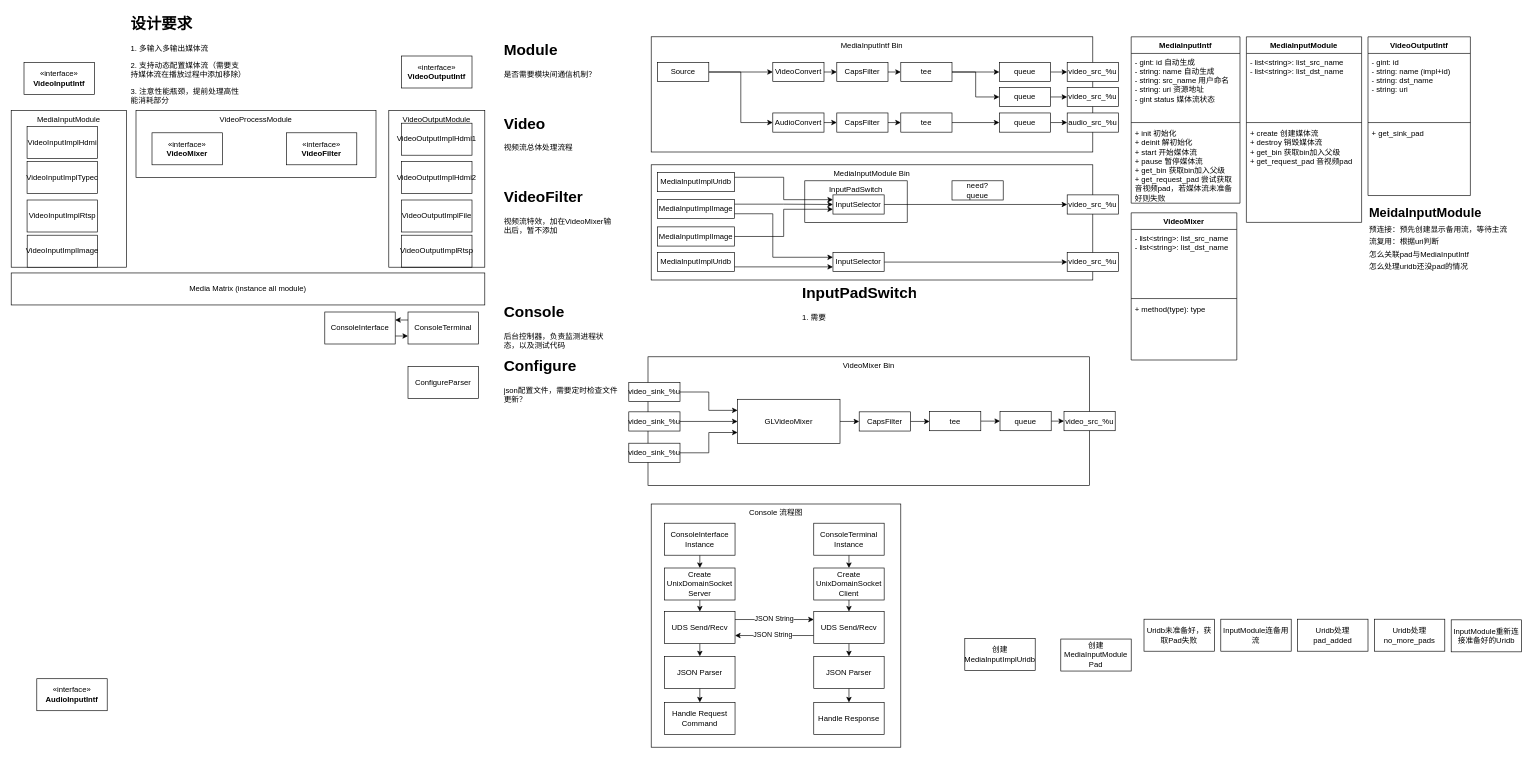
Above: docs/media-matrix-design.drawio in Andra0-0/gstreamer_test (draw.io), before the change. Source tidied: cells renumbered, new cells numbered last; positions are measured from the earlier drawing's top-left corner, leaving out a move shared by most shapes. Both pictures are drawn from the tidied source at 64%, with x=0, y=0 at pixel (11, 11).
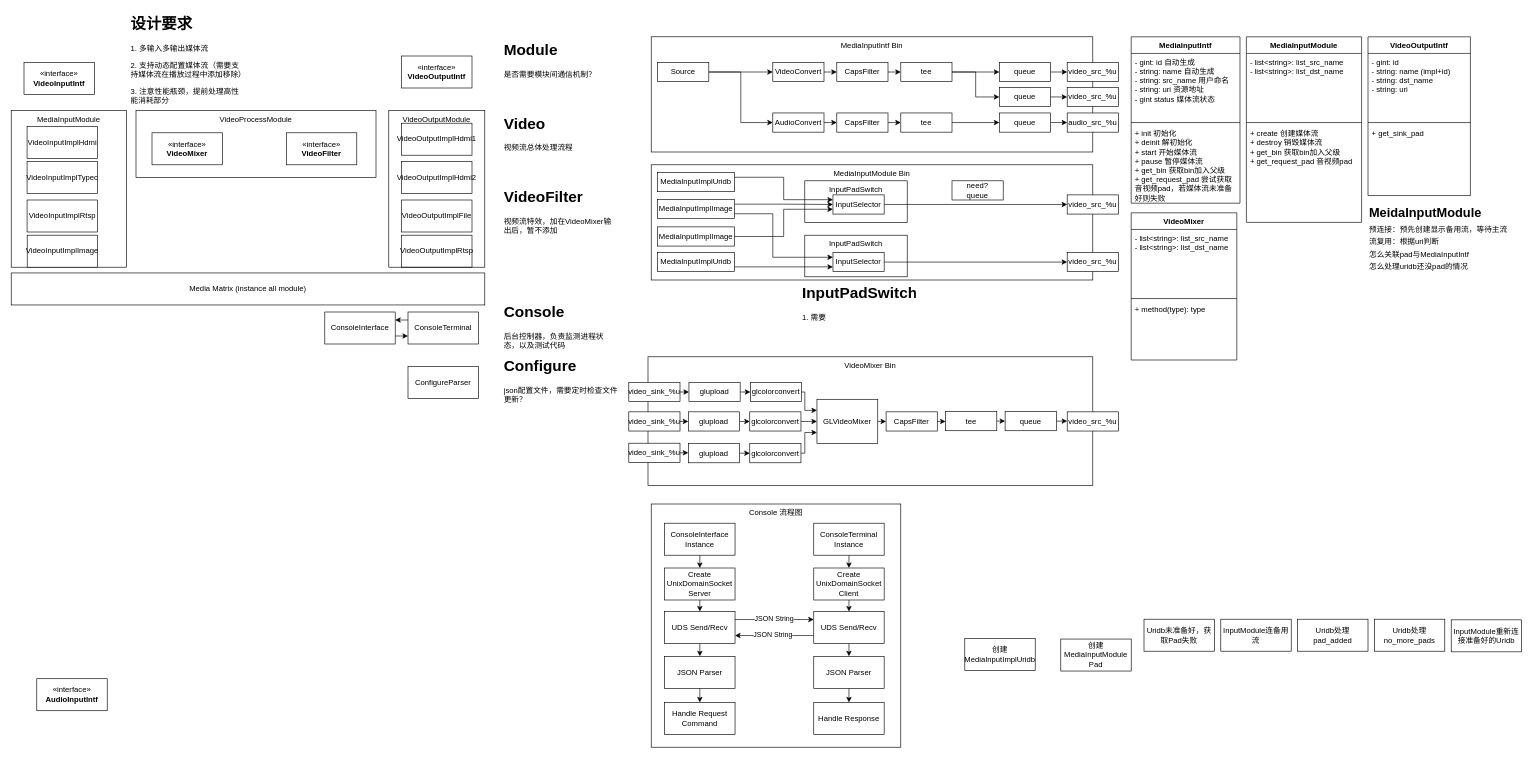
The same diagram, later.

Unchanged cells that the change refers to:
```xml
<mxCell id="114" value="video_sink_%u" style="html=1;whiteSpace=wrap;" parent="1" vertex="1">
  <mxGeometry x="965" y="580" width="80" height="30" as="geometry" />
</mxCell>
<mxCell id="116" value="video_sink_%u" style="html=1;whiteSpace=wrap;" parent="1" vertex="1">
  <mxGeometry x="965" y="626" width="80" height="30" as="geometry" />
</mxCell>
<mxCell id="118" value="video_sink_%u" style="html=1;whiteSpace=wrap;" parent="1" vertex="1">
  <mxGeometry x="965" y="675" width="80" height="30" as="geometry" />
</mxCell>
```

Change to the diagram source:
```diff
@@
     <mxCell id="5" value="VideoMixer Bin" style="html=1;whiteSpace=wrap;fillColor=none;verticalAlign=top;" parent="1" vertex="1">
-      <mxGeometry x="995" y="540" width="690" height="201" as="geometry" />
+      <mxGeometry x="995" y="540" width="695" height="201" as="geometry" />
     </mxCell>
@@
-    <mxCell id="113" style="edgeStyle=orthogonalEdgeStyle;rounded=0;jettySize=auto;html=1;exitX=1;exitY=0.5;exitDx=0;exitDy=0;entryX=0;entryY=0.25;entryDx=0;entryDy=0;" parent="1" edge="1" source="114" target="121">
-      <mxGeometry relative="1" as="geometry" />
-    </mxCell>
+    <mxCell id="138" style="edgeStyle=orthogonalEdgeStyle;rounded=0;jettySize=auto;html=1;exitX=1;exitY=0.5;exitDx=0;exitDy=0;entryX=0;entryY=0.5;entryDx=0;entryDy=0;" parent="1" edge="1" source="114" target="143">
+      <mxGeometry relative="1" as="geometry" />
+    </mxCell>
@@
-    <mxCell id="115" style="edgeStyle=orthogonalEdgeStyle;rounded=0;jettySize=auto;html=1;exitX=1;exitY=0.5;exitDx=0;exitDy=0;entryX=0;entryY=0.5;entryDx=0;entryDy=0;" parent="1" edge="1" source="116" target="121">
-      <mxGeometry relative="1" as="geometry" />
-    </mxCell>
+    <mxCell id="139" style="edgeStyle=orthogonalEdgeStyle;rounded=0;jettySize=auto;html=1;exitX=1;exitY=0.5;exitDx=0;exitDy=0;entryX=0;entryY=0.5;entryDx=0;entryDy=0;" parent="1" edge="1" source="116" target="147">
+      <mxGeometry relative="1" as="geometry" />
+    </mxCell>
@@
-    <mxCell id="117" style="edgeStyle=orthogonalEdgeStyle;rounded=0;jettySize=auto;html=1;exitX=1;exitY=0.5;exitDx=0;exitDy=0;entryX=0;entryY=0.75;entryDx=0;entryDy=0;" parent="1" edge="1" source="118" target="121">
-      <mxGeometry relative="1" as="geometry" />
-    </mxCell>
+    <mxCell id="140" style="edgeStyle=orthogonalEdgeStyle;rounded=0;jettySize=auto;html=1;exitX=1;exitY=0.5;exitDx=0;exitDy=0;entryX=0;entryY=0.5;entryDx=0;entryDy=0;" parent="1" edge="1" source="118" target="151">
+      <mxGeometry relative="1" as="geometry" />
+    </mxCell>
@@
     <mxCell id="119" value="video_src_%u" style="html=1;whiteSpace=wrap;" parent="1" vertex="1">
-      <mxGeometry x="1645" y="625.5" width="80" height="30" as="geometry" />
+      <mxGeometry x="1650" y="626" width="80" height="30" as="geometry" />
     </mxCell>
@@
     <mxCell id="121" value="GLVideoMixer" style="html=1;whiteSpace=wrap;" parent="1" vertex="1">
-      <mxGeometry x="1135" y="606.4" width="160" height="69.2" as="geometry" />
+      <mxGeometry x="1259" y="606.4" width="95" height="69.2" as="geometry" />
     </mxCell>
@@
     <mxCell id="123" value="CapsFilter" style="html=1;whiteSpace=wrap;" parent="1" vertex="1">
-      <mxGeometry x="1325" y="626" width="80" height="30" as="geometry" />
+      <mxGeometry x="1367" y="626" width="80" height="30" as="geometry" />
     </mxCell>
@@
     <mxCell id="125" value="tee" style="html=1;whiteSpace=wrap;" parent="1" vertex="1">
-      <mxGeometry x="1435" y="625.5" width="80" height="30" as="geometry" />
+      <mxGeometry x="1460" y="625.5" width="80" height="30" as="geometry" />
     </mxCell>
@@
     <mxCell id="127" value="queue" style="html=1;whiteSpace=wrap;" parent="1" vertex="1">
-      <mxGeometry x="1545" y="625.5" width="80" height="30" as="geometry" />
+      <mxGeometry x="1553" y="625.5" width="80" height="30" as="geometry" />
     </mxCell>
@@
+    <mxCell id="141" value="InputPadSwitch" style="html=1;whiteSpace=wrap;verticalAlign=top;fillColor=none;" parent="1" vertex="1">
+      <mxGeometry x="1240" y="350" width="160" height="65" as="geometry" />
+    </mxCell>
+    <mxCell id="142" style="edgeStyle=orthogonalEdgeStyle;rounded=0;jettySize=auto;html=1;exitX=1;exitY=0.5;exitDx=0;exitDy=0;entryX=0;entryY=0.5;entryDx=0;entryDy=0;" parent="1" edge="1" source="143" target="145">
+      <mxGeometry relative="1" as="geometry" />
+    </mxCell>
+    <mxCell id="143" value="glupload" style="html=1;whiteSpace=wrap;" parent="1" vertex="1">
+      <mxGeometry x="1059" y="580" width="80" height="30" as="geometry" />
+    </mxCell>
+    <mxCell id="144" style="edgeStyle=orthogonalEdgeStyle;rounded=0;jettySize=auto;html=1;exitX=1;exitY=0.5;exitDx=0;exitDy=0;entryX=0;entryY=0.25;entryDx=0;entryDy=0;" parent="1" edge="1" source="145" target="121">
+      <mxGeometry relative="1" as="geometry">
+        <Array as="points">
+          <mxPoint x="1240" y="595" />
+          <mxPoint x="1240" y="624" />
+        </Array>
+      </mxGeometry>
+    </mxCell>
+    <mxCell id="145" value="glcolorconvert" style="html=1;whiteSpace=wrap;" parent="1" vertex="1">
+      <mxGeometry x="1155" y="580" width="80" height="30" as="geometry" />
+    </mxCell>
+    <mxCell id="146" style="edgeStyle=orthogonalEdgeStyle;rounded=0;jettySize=auto;html=1;exitX=1;exitY=0.5;exitDx=0;exitDy=0;entryX=0;entryY=0.5;entryDx=0;entryDy=0;" parent="1" edge="1" source="147" target="149">
+      <mxGeometry relative="1" as="geometry" />
+    </mxCell>
+    <mxCell id="147" value="glupload" style="html=1;whiteSpace=wrap;" parent="1" vertex="1">
+      <mxGeometry x="1058" y="626" width="80" height="30" as="geometry" />
+    </mxCell>
+    <mxCell id="148" style="edgeStyle=orthogonalEdgeStyle;rounded=0;jettySize=auto;html=1;exitX=1;exitY=0.5;exitDx=0;exitDy=0;entryX=0;entryY=0.5;entryDx=0;entryDy=0;" parent="1" edge="1" source="149" target="121">
+      <mxGeometry relative="1" as="geometry" />
+    </mxCell>
+    <mxCell id="149" value="glcolorconvert" style="html=1;whiteSpace=wrap;" parent="1" vertex="1">
+      <mxGeometry x="1154" y="626" width="80" height="30" as="geometry" />
+    </mxCell>
+    <mxCell id="150" style="edgeStyle=orthogonalEdgeStyle;rounded=0;jettySize=auto;html=1;exitX=1;exitY=0.5;exitDx=0;exitDy=0;entryX=0;entryY=0.5;entryDx=0;entryDy=0;" parent="1" edge="1" source="151" target="153">
+      <mxGeometry relative="1" as="geometry" />
+    </mxCell>
+    <mxCell id="151" value="glupload" style="html=1;whiteSpace=wrap;" parent="1" vertex="1">
+      <mxGeometry x="1058" y="675.6" width="80" height="30" as="geometry" />
+    </mxCell>
+    <mxCell id="152" style="edgeStyle=orthogonalEdgeStyle;rounded=0;jettySize=auto;html=1;exitX=1;exitY=0.5;exitDx=0;exitDy=0;entryX=0;entryY=0.75;entryDx=0;entryDy=0;" parent="1" edge="1" source="153" target="121">
+      <mxGeometry relative="1" as="geometry">
+        <Array as="points">
+          <mxPoint x="1240" y="691" />
+          <mxPoint x="1240" y="658" />
+        </Array>
+      </mxGeometry>
+    </mxCell>
+    <mxCell id="153" value="glcolorconvert" style="html=1;whiteSpace=wrap;" parent="1" vertex="1">
+      <mxGeometry x="1154" y="675.6" width="80" height="30" as="geometry" />
+    </mxCell>
```
